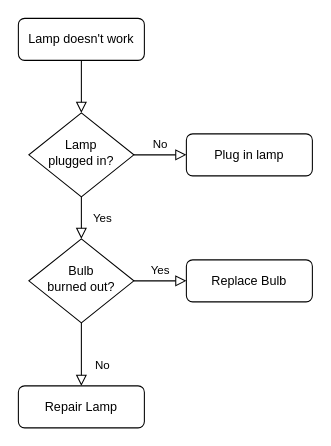
Wei-2021/X-BDCNN keeps this draw.io diagram as Untitled Diagram.drawio. Above is the earlier version. Source tidied: cells renumbered, new cells numbered last; positions are measured from the earlier drawing's top-left corner, leaving out a move shared by most shapes. Both pictures are drawn from the tidied source at 105%, with x=0, y=0 at pixel (18, 18).
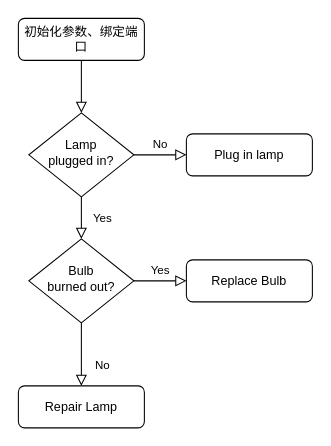
After the change.

The edit, as a diff of the source:
```diff
@@
 <mxGraphModel>
   <root>
     <mxCell id="0" />
     <mxCell id="1" parent="0" />
     <mxCell id="2" style="rounded=0;html=1;jettySize=auto;fontSize=11;endArrow=block;endFill=0;endSize=8;strokeWidth=1;shadow=0;labelBackgroundColor=none;edgeStyle=orthogonalEdgeStyle;" parent="1" edge="1" source="3" target="6">
       <mxGeometry relative="1" as="geometry" />
     </mxCell>
-    <mxCell id="3" value="Lamp doesn't work" style="rounded=1;whiteSpace=wrap;html=1;fontSize=12;glass=0;strokeWidth=1;shadow=0;" parent="1" vertex="1">
+    <mxCell id="3" value="初始化参数、绑定端口" style="rounded=1;whiteSpace=wrap;html=1;fontSize=12;glass=0;strokeWidth=1;shadow=0;" parent="1" vertex="1">
       <mxGeometry width="120" height="40" as="geometry" />
     </mxCell>
     <mxCell id="4" value="Yes" style="rounded=0;html=1;jettySize=auto;fontSize=11;endArrow=block;endFill=0;endSize=8;strokeWidth=1;shadow=0;labelBackgroundColor=none;edgeStyle=orthogonalEdgeStyle;" parent="1" edge="1" source="6" target="10">
       <mxGeometry y="20" relative="1" as="geometry" />
     </mxCell>
     <mxCell id="5" value="No" style="edgeStyle=orthogonalEdgeStyle;rounded=0;html=1;jettySize=auto;fontSize=11;endArrow=block;endFill=0;endSize=8;strokeWidth=1;shadow=0;labelBackgroundColor=none;" parent="1" edge="1" source="6" target="7">
       <mxGeometry y="10" relative="1" as="geometry" />
     </mxCell>
     <mxCell id="6" value="Lamp&lt;br&gt;plugged in?" style="rhombus;whiteSpace=wrap;html=1;shadow=0;fontFamily=Helvetica;fontSize=12;align=center;strokeWidth=1;spacing=6;spacingTop=-4;" parent="1" vertex="1">
       <mxGeometry x="10" y="90" width="100" height="80" as="geometry" />
     </mxCell>
     <mxCell id="7" value="Plug in lamp" style="rounded=1;whiteSpace=wrap;html=1;fontSize=12;glass=0;strokeWidth=1;shadow=0;" parent="1" vertex="1">
       <mxGeometry x="160" y="110" width="120" height="40" as="geometry" />
     </mxCell>
     <mxCell id="8" value="No" style="rounded=0;html=1;jettySize=auto;fontSize=11;endArrow=block;endFill=0;endSize=8;strokeWidth=1;shadow=0;labelBackgroundColor=none;edgeStyle=orthogonalEdgeStyle;" parent="1" edge="1" source="10" target="11">
       <mxGeometry x="0.33" y="20" relative="1" as="geometry" />
     </mxCell>
     <mxCell id="9" value="Yes" style="edgeStyle=orthogonalEdgeStyle;rounded=0;html=1;jettySize=auto;fontSize=11;endArrow=block;endFill=0;endSize=8;strokeWidth=1;shadow=0;labelBackgroundColor=none;" parent="1" edge="1" source="10" target="12">
       <mxGeometry y="10" relative="1" as="geometry" />
     </mxCell>
     <mxCell id="10" value="Bulb&lt;br&gt;burned out?" style="rhombus;whiteSpace=wrap;html=1;shadow=0;fontFamily=Helvetica;fontSize=12;align=center;strokeWidth=1;spacing=6;spacingTop=-4;" parent="1" vertex="1">
       <mxGeometry x="10" y="210" width="100" height="80" as="geometry" />
     </mxCell>
     <mxCell id="11" value="Repair Lamp" style="rounded=1;whiteSpace=wrap;html=1;fontSize=12;glass=0;strokeWidth=1;shadow=0;" parent="1" vertex="1">
       <mxGeometry y="350" width="120" height="40" as="geometry" />
     </mxCell>
     <mxCell id="12" value="Replace Bulb" style="rounded=1;whiteSpace=wrap;html=1;fontSize=12;glass=0;strokeWidth=1;shadow=0;" parent="1" vertex="1">
       <mxGeometry x="160" y="230" width="120" height="40" as="geometry" />
     </mxCell>
   </root>
 </mxGraphModel>
```
